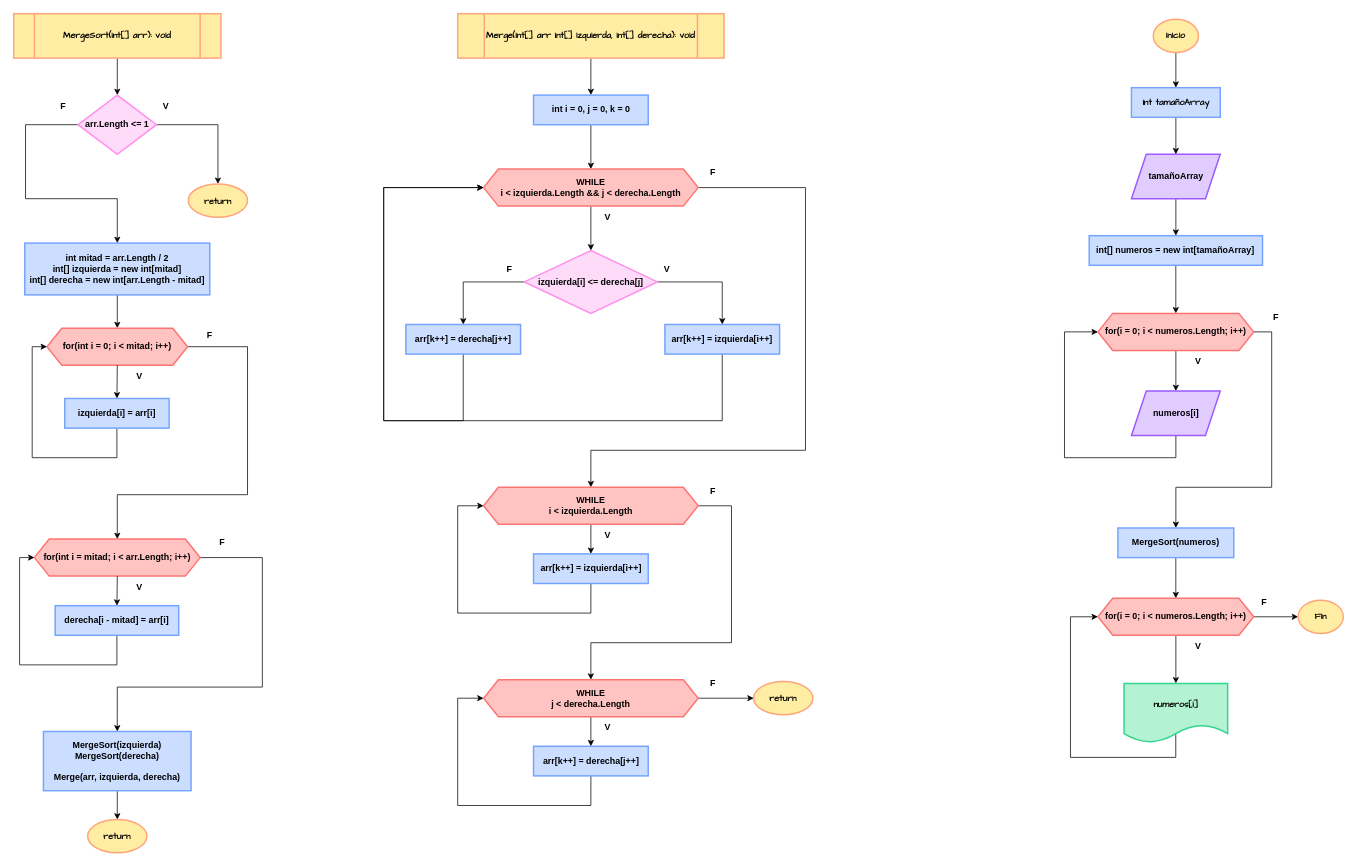
Earlier version of the draw.io diagram Parcial 3/MergeSortEstructurasDatos/MergeSortEstructurasDatos.drawio.xml (Rax445/Estructura-de-Datos). Source tidied: cells renumbered, new cells numbered last; positions are measured from the earlier drawing's top-left corner, leaving out a move shared by most shapes. Both pictures are drawn from the tidied source at 74%, with x=0, y=0 at pixel (13, 13).
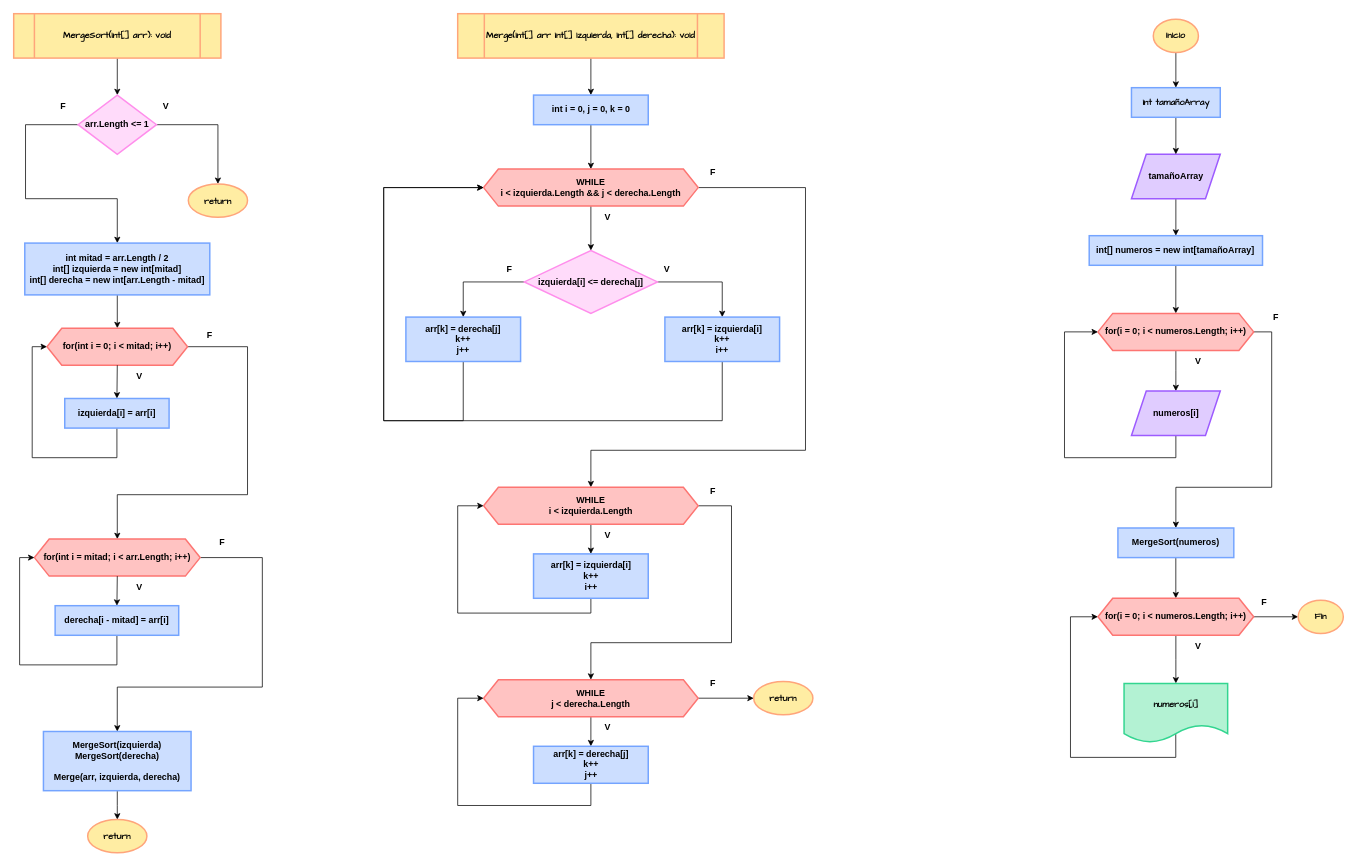
The same page after the edit.

Diff of the diagram source:
```diff
@@
-    <mxCell id="43" value="arr[k++] = izquierda[i++]" style="rounded=0;whiteSpace=wrap;html=1;strokeColor=#74a4ff;fillColor=#CCDEFF;strokeWidth=2;fontStyle=1;gradientColor=none;" parent="1" vertex="1">
-      <mxGeometry x="880" y="420" width="155" height="40" as="geometry" />
+    <mxCell id="43" value="arr[k] = izquierda[i]&lt;div&gt;k++&lt;/div&gt;&lt;div&gt;i++&lt;/div&gt;" style="rounded=0;whiteSpace=wrap;html=1;strokeColor=#74a4ff;fillColor=#CCDEFF;strokeWidth=2;fontStyle=1;gradientColor=none;" parent="1" vertex="1">
+      <mxGeometry x="880" y="410" width="155" height="60" as="geometry" />
     </mxCell>
@@
-    <mxCell id="45" value="arr[k++] = derecha[j++]" style="rounded=0;whiteSpace=wrap;html=1;strokeColor=#74a4ff;fillColor=#CCDEFF;strokeWidth=2;fontStyle=1;gradientColor=none;" parent="1" vertex="1">
-      <mxGeometry x="530" y="420" width="155" height="40" as="geometry" />
+    <mxCell id="45" value="arr[k] = derecha[j]&lt;div&gt;k++&lt;/div&gt;&lt;div&gt;j++&lt;/div&gt;" style="rounded=0;whiteSpace=wrap;html=1;strokeColor=#74a4ff;fillColor=#CCDEFF;strokeWidth=2;fontStyle=1;gradientColor=none;" parent="1" vertex="1">
+      <mxGeometry x="530" y="410" width="155" height="60" as="geometry" />
     </mxCell>
@@
-    <mxCell id="51" value="arr[k++] = izquierda[i++]" style="rounded=0;whiteSpace=wrap;html=1;strokeColor=#74a4ff;fillColor=#CCDEFF;strokeWidth=2;fontStyle=1;gradientColor=none;" parent="1" vertex="1">
-      <mxGeometry x="702.5" y="730" width="155" height="40" as="geometry" />
+    <mxCell id="51" value="arr[k] = izquierda[i]&lt;div&gt;&lt;div&gt;k++&lt;/div&gt;&lt;div&gt;i++&lt;/div&gt;&lt;/div&gt;" style="rounded=0;whiteSpace=wrap;html=1;strokeColor=#74a4ff;fillColor=#CCDEFF;strokeWidth=2;fontStyle=1;gradientColor=none;" parent="1" vertex="1">
+      <mxGeometry x="702.5" y="730" width="155" height="60" as="geometry" />
     </mxCell>
@@
-    <mxCell id="58" value="arr[k++] = derecha[j++]" style="rounded=0;whiteSpace=wrap;html=1;strokeColor=#74a4ff;fillColor=#CCDEFF;strokeWidth=2;fontStyle=1;gradientColor=none;" parent="1" vertex="1">
-      <mxGeometry x="702.5" y="990" width="155" height="40" as="geometry" />
+    <mxCell id="58" value="arr[k] = derecha[j]&lt;div&gt;&lt;div&gt;k++&lt;/div&gt;&lt;div&gt;j++&lt;/div&gt;&lt;/div&gt;" style="rounded=0;whiteSpace=wrap;html=1;strokeColor=#74a4ff;fillColor=#CCDEFF;strokeWidth=2;fontStyle=1;gradientColor=none;" parent="1" vertex="1">
+      <mxGeometry x="702.5" y="990" width="155" height="50" as="geometry" />
     </mxCell>
```
